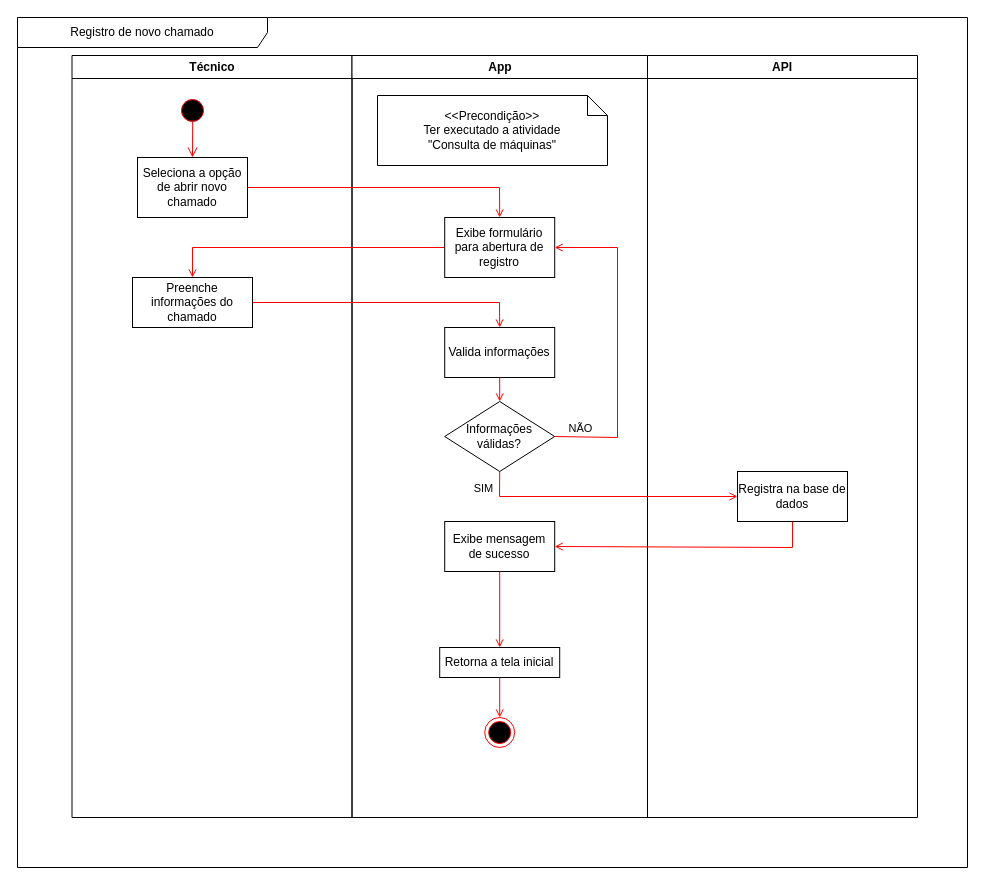
DanielRM07/TCC keeps this draw.io diagram as Diagramas/atv_registrar_chamado.drawio. Above is the earlier version. Source tidied: cells renumbered, new cells numbered last; positions are measured from the earlier drawing's top-left corner, leaving out a move shared by most shapes. Both pictures are drawn from the tidied source at 100%, with x=0, y=0 at pixel (17, 17).
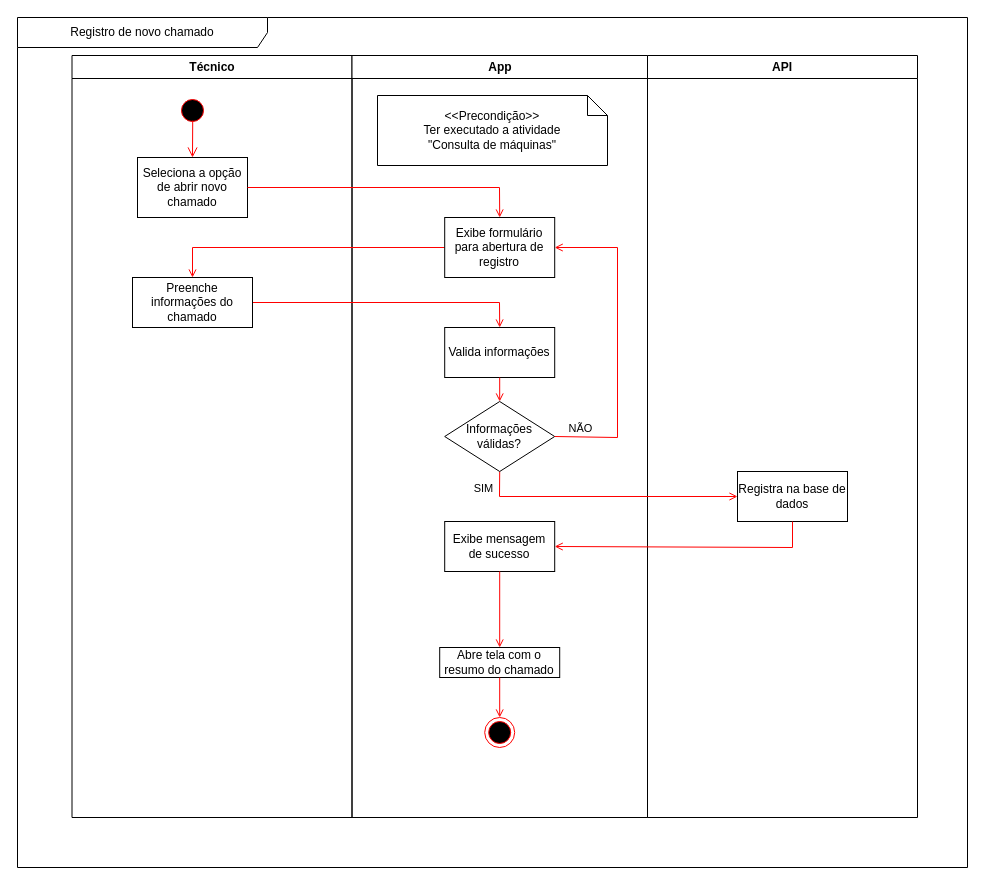
The same diagram, later.

The edit, as a diff of the source:
```diff
@@
-    <mxCell id="20" value="Retorna a tela inicial" style="whiteSpace=wrap;" parent="1" vertex="1">
+    <mxCell id="20" value="Abre tela com o resumo do chamado" style="whiteSpace=wrap;" parent="1" vertex="1">
       <mxGeometry x="422.2" y="630" width="120" height="30" as="geometry" />
     </mxCell>
```
